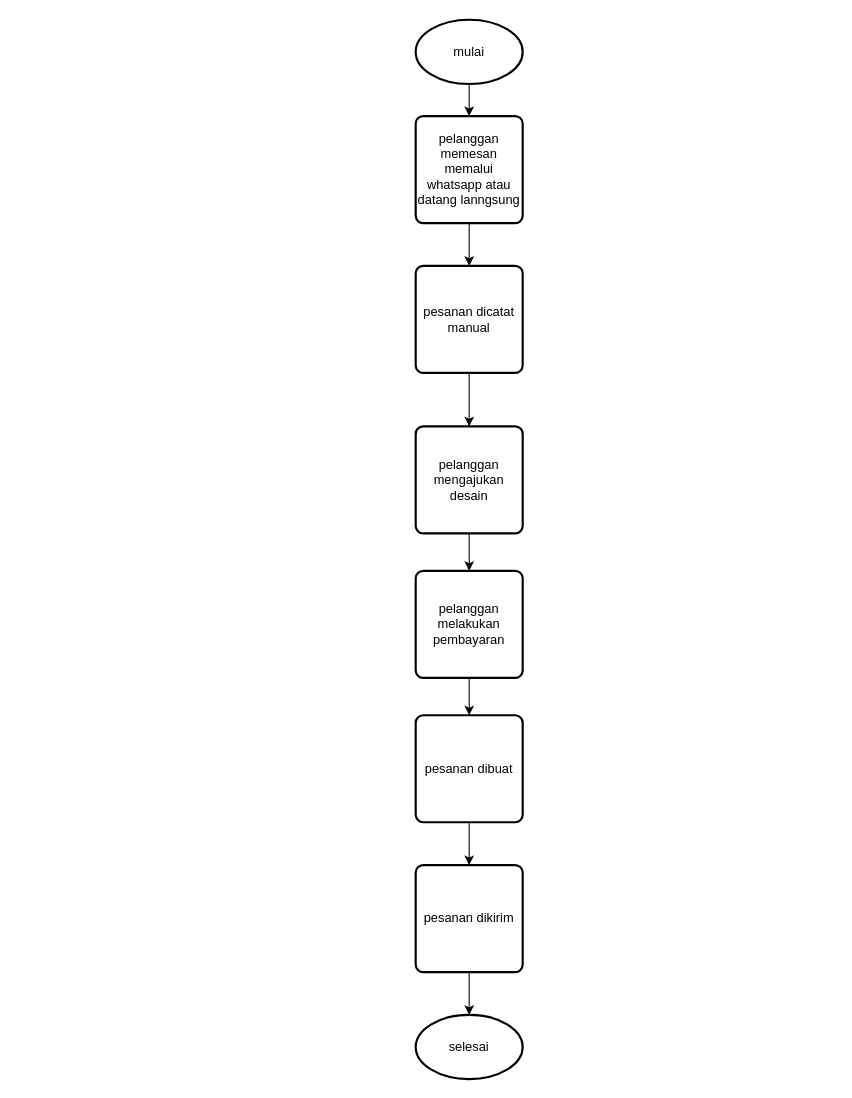
Before: Untitled Diagram.drawio in zzarr/SC, a draw.io diagram. Source tidied: cells renumbered, new cells numbered last; positions are measured from the earlier drawing's top-left corner, leaving out a move shared by most shapes. Both pictures are drawn from the tidied source at 107%, with x=0, y=0 at pixel (415, 19).
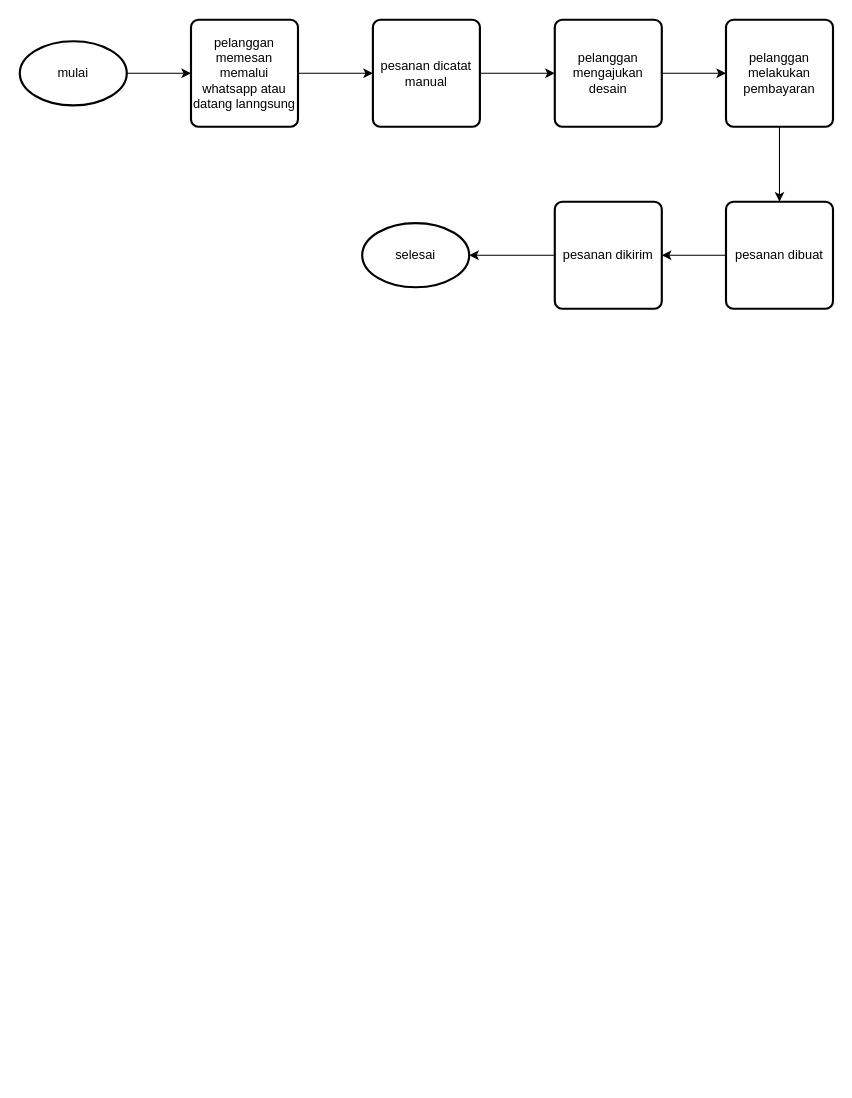
The same page after the edit.

What changed in the source:
```diff
@@
 <mxGraphModel>
   <root>
     <mxCell id="0" />
     <mxCell id="1" parent="0" />
-    <mxCell id="2" style="edgeStyle=orthogonalEdgeStyle;rounded=0;jettySize=auto;html=1;exitX=0.5;exitY=1;exitDx=0;exitDy=0;exitPerimeter=0;" parent="1" edge="1" source="3" target="5">
+    <mxCell id="2" style="edgeStyle=orthogonalEdgeStyle;rounded=0;jettySize=auto;html=1;exitX=1;exitY=0.5;exitDx=0;exitDy=0;exitPerimeter=0;entryX=0;entryY=0.5;entryDx=0;entryDy=0;" parent="1" edge="1" source="3" target="5">
       <mxGeometry relative="1" as="geometry" />
     </mxCell>
     <mxCell id="3" value="mulai" style="strokeWidth=2;html=1;shape=mxgraph.flowchart.start_1;whiteSpace=wrap;" parent="1" vertex="1">
-      <mxGeometry width="100" height="60" as="geometry" />
+      <mxGeometry x="-370" y="20" width="100" height="60" as="geometry" />
     </mxCell>
-    <mxCell id="4" style="edgeStyle=orthogonalEdgeStyle;rounded=0;jettySize=auto;html=1;exitX=0.5;exitY=1;exitDx=0;exitDy=0;entryX=0.5;entryY=0;entryDx=0;entryDy=0;" parent="1" edge="1" source="5" target="7">
+    <mxCell id="4" style="edgeStyle=orthogonalEdgeStyle;rounded=0;jettySize=auto;html=1;exitX=1;exitY=0.5;exitDx=0;exitDy=0;entryX=0;entryY=0.5;entryDx=0;entryDy=0;" parent="1" edge="1" source="5" target="7">
       <mxGeometry relative="1" as="geometry" />
     </mxCell>
     <mxCell id="5" value="pelanggan memesan memalui whatsapp atau datang lanngsung" style="rounded=1;whiteSpace=wrap;html=1;absoluteArcSize=1;arcSize=14;strokeWidth=2;" parent="1" vertex="1">
-      <mxGeometry y="90" width="100" height="100" as="geometry" />
+      <mxGeometry x="-210" width="100" height="100" as="geometry" />
     </mxCell>
-    <mxCell id="6" style="edgeStyle=orthogonalEdgeStyle;rounded=0;jettySize=auto;html=1;exitX=0.5;exitY=1;exitDx=0;exitDy=0;entryX=0.5;entryY=0;entryDx=0;entryDy=0;" parent="1" edge="1" source="7" target="9">
+    <mxCell id="6" style="edgeStyle=orthogonalEdgeStyle;rounded=0;jettySize=auto;html=1;exitX=1;exitY=0.5;exitDx=0;exitDy=0;" parent="1" edge="1" source="7" target="9">
       <mxGeometry relative="1" as="geometry" />
     </mxCell>
     <mxCell id="7" value="pesanan dicatat manual" style="rounded=1;whiteSpace=wrap;html=1;absoluteArcSize=1;arcSize=14;strokeWidth=2;" parent="1" vertex="1">
-      <mxGeometry y="230" width="100" height="100" as="geometry" />
+      <mxGeometry x="-40" width="100" height="100" as="geometry" />
     </mxCell>
-    <mxCell id="8" style="edgeStyle=orthogonalEdgeStyle;rounded=0;jettySize=auto;html=1;exitX=0.5;exitY=1;exitDx=0;exitDy=0;entryX=0.5;entryY=0;entryDx=0;entryDy=0;" parent="1" edge="1" source="9" target="11">
+    <mxCell id="8" style="edgeStyle=orthogonalEdgeStyle;rounded=0;jettySize=auto;html=1;exitX=1;exitY=0.5;exitDx=0;exitDy=0;entryX=0;entryY=0.5;entryDx=0;entryDy=0;" parent="1" edge="1" source="9" target="11">
       <mxGeometry relative="1" as="geometry" />
     </mxCell>
     <mxCell id="9" value="pelanggan mengajukan desain" style="rounded=1;whiteSpace=wrap;html=1;absoluteArcSize=1;arcSize=14;strokeWidth=2;" parent="1" vertex="1">
-      <mxGeometry y="380" width="100" height="100" as="geometry" />
+      <mxGeometry x="130" width="100" height="100" as="geometry" />
     </mxCell>
     <mxCell id="10" style="edgeStyle=orthogonalEdgeStyle;rounded=0;jettySize=auto;html=1;exitX=0.5;exitY=1;exitDx=0;exitDy=0;entryX=0.5;entryY=0;entryDx=0;entryDy=0;" parent="1" edge="1" source="11" target="13">
       <mxGeometry relative="1" as="geometry" />
     </mxCell>
     <mxCell id="11" value="pelanggan melakukan pembayaran" style="rounded=1;whiteSpace=wrap;html=1;absoluteArcSize=1;arcSize=14;strokeWidth=2;" parent="1" vertex="1">
-      <mxGeometry y="515" width="100" height="100" as="geometry" />
+      <mxGeometry x="290" width="100" height="100" as="geometry" />
     </mxCell>
-    <mxCell id="12" style="edgeStyle=orthogonalEdgeStyle;rounded=0;jettySize=auto;html=1;exitX=0.5;exitY=1;exitDx=0;exitDy=0;entryX=0.5;entryY=0;entryDx=0;entryDy=0;" parent="1" edge="1" source="13" target="15">
+    <mxCell id="12" style="edgeStyle=orthogonalEdgeStyle;rounded=0;jettySize=auto;html=1;exitX=0;exitY=0.5;exitDx=0;exitDy=0;entryX=1;entryY=0.5;entryDx=0;entryDy=0;" parent="1" edge="1" source="13" target="15">
       <mxGeometry relative="1" as="geometry" />
     </mxCell>
     <mxCell id="13" value="pesanan dibuat" style="rounded=1;whiteSpace=wrap;html=1;absoluteArcSize=1;arcSize=14;strokeWidth=2;" parent="1" vertex="1">
-      <mxGeometry y="650" width="100" height="100" as="geometry" />
+      <mxGeometry x="290" y="170" width="100" height="100" as="geometry" />
     </mxCell>
-    <mxCell id="14" style="edgeStyle=orthogonalEdgeStyle;rounded=0;jettySize=auto;html=1;exitX=0.5;exitY=1;exitDx=0;exitDy=0;entryX=0.5;entryY=0;entryDx=0;entryDy=0;entryPerimeter=0;" parent="1" edge="1" source="15" target="16">
+    <mxCell id="14" style="edgeStyle=orthogonalEdgeStyle;rounded=0;jettySize=auto;html=1;exitX=0;exitY=0.5;exitDx=0;exitDy=0;entryX=1;entryY=0.5;entryDx=0;entryDy=0;entryPerimeter=0;" parent="1" edge="1" source="15" target="16">
       <mxGeometry relative="1" as="geometry" />
     </mxCell>
     <mxCell id="15" value="pesanan dikirim" style="rounded=1;whiteSpace=wrap;html=1;absoluteArcSize=1;arcSize=14;strokeWidth=2;" parent="1" vertex="1">
-      <mxGeometry y="790" width="100" height="100" as="geometry" />
+      <mxGeometry x="130" y="170" width="100" height="100" as="geometry" />
     </mxCell>
     <mxCell id="16" value="selesai" style="strokeWidth=2;html=1;shape=mxgraph.flowchart.start_1;whiteSpace=wrap;" parent="1" vertex="1">
-      <mxGeometry y="930" width="100" height="60" as="geometry" />
+      <mxGeometry x="-50" y="190" width="100" height="60" as="geometry" />
     </mxCell>
   </root>
 </mxGraphModel>
```
